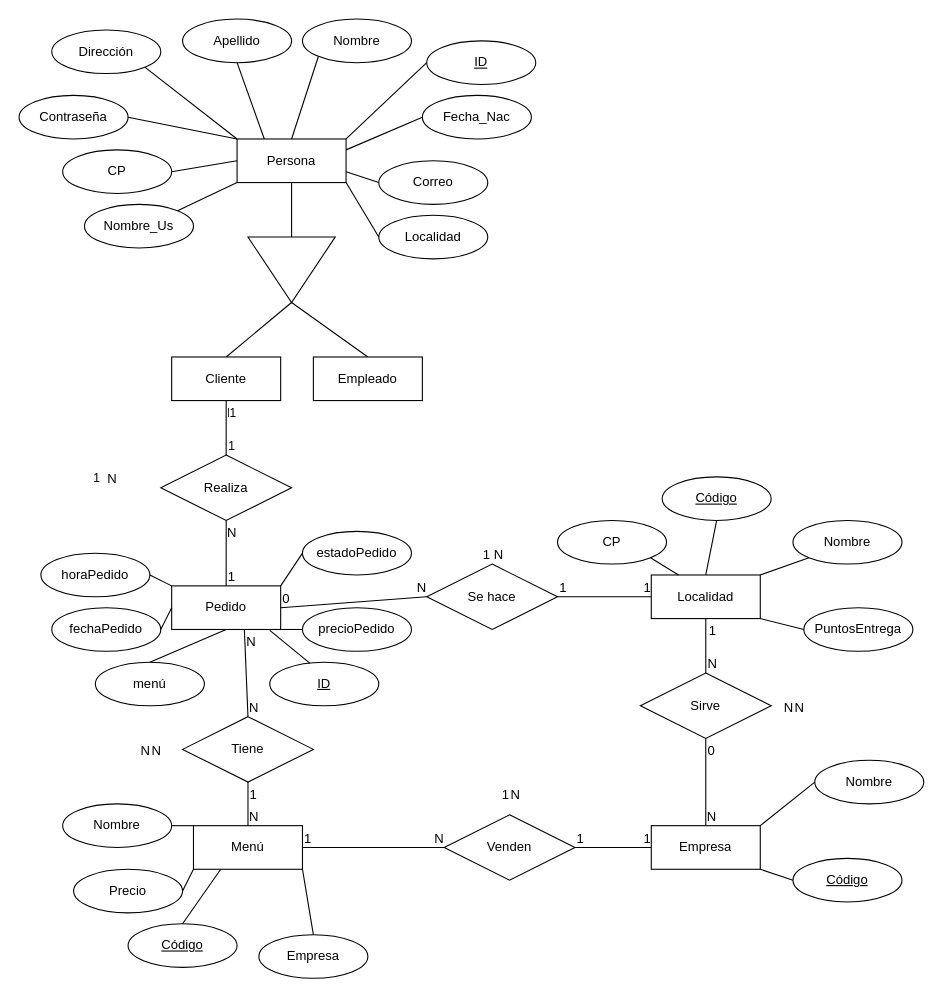
The draw.io diagram BasesDeDatos/ProyectoIntegrado.drawio in eeriic20/ProyectoIntegrado, before the edit. Source tidied: cells renumbered, new cells numbered last; positions are measured from the earlier drawing's top-left corner, leaving out a move shared by most shapes. Both pictures are drawn from the tidied source at 109%, with x=0, y=0 at pixel (19, 19).
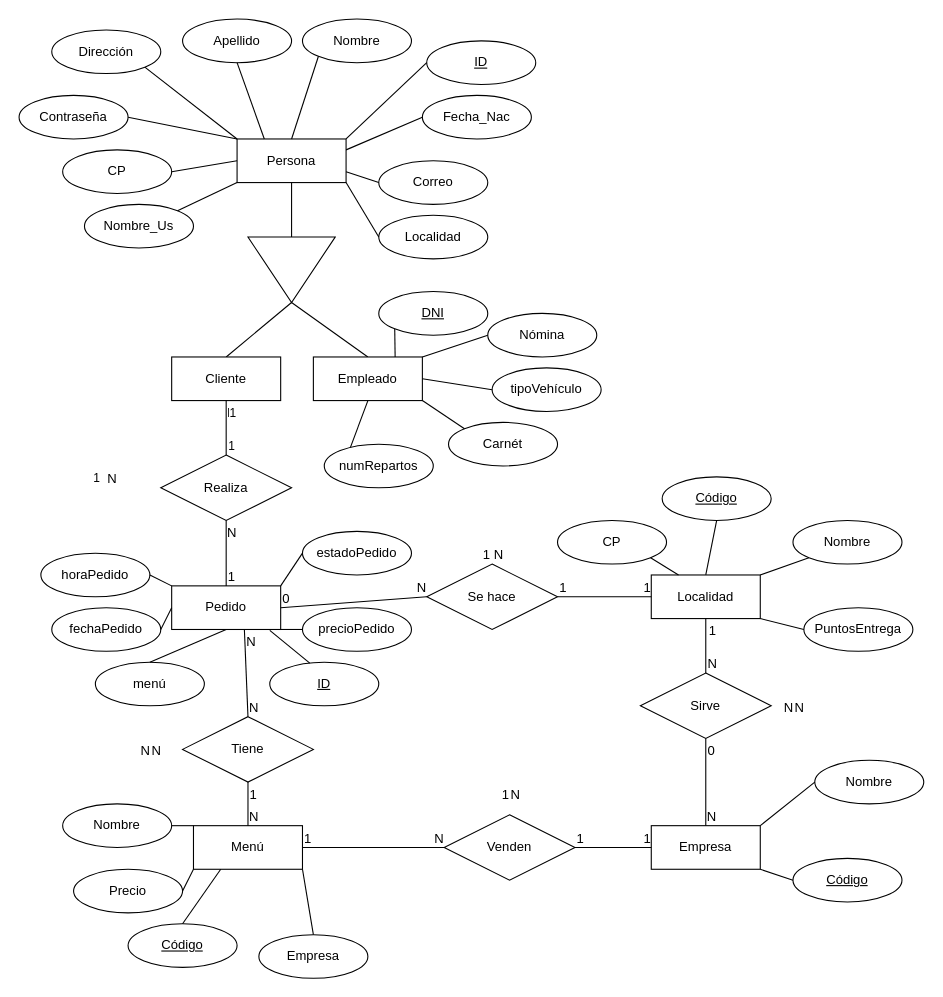
After the change.

Commit message (it also covers changes not shown here):
nueva entidad relacaion

Unchanged cells that the change refers to:
```xml
<mxCell id="8" value="Empleado" style="whiteSpace=wrap;html=1;align=center;" parent="1" vertex="1">
  <mxGeometry x="270" y="310" width="100" height="40" as="geometry" />
</mxCell>
```

Change to the diagram source:
```diff
@@
+    <mxCell id="111" value="Nómina" style="ellipse;whiteSpace=wrap;html=1;align=center;" parent="1" vertex="1">
+      <mxGeometry x="430" y="270" width="100" height="40" as="geometry" />
+    </mxCell>
+    <mxCell id="112" value="Carnét" style="ellipse;whiteSpace=wrap;html=1;align=center;" parent="1" vertex="1">
+      <mxGeometry x="394" y="370" width="100" height="40" as="geometry" />
+    </mxCell>
+    <mxCell id="113" value="tipoVehículo" style="ellipse;whiteSpace=wrap;html=1;align=center;" parent="1" vertex="1">
+      <mxGeometry x="434" y="320" width="100" height="40" as="geometry" />
+    </mxCell>
+    <mxCell id="114" value="numRepartos" style="ellipse;whiteSpace=wrap;html=1;align=center;" parent="1" vertex="1">
+      <mxGeometry x="280" y="390" width="100" height="40" as="geometry" />
+    </mxCell>
+    <mxCell id="115" value="DNI" style="ellipse;whiteSpace=wrap;html=1;align=center;fontStyle=4;" parent="1" vertex="1">
+      <mxGeometry x="330" y="250" width="100" height="40" as="geometry" />
+    </mxCell>
+    <mxCell id="116" style="endArrow=none;html=1;rounded=0;exitX=0.5;exitY=1;exitDx=0;exitDy=0;entryX=0.24;entryY=0.074;entryDx=0;entryDy=0;entryPerimeter=0;" parent="1" edge="1" source="8" target="114">
+      <mxGeometry relative="1" as="geometry" />
+    </mxCell>
+    <mxCell id="117" style="endArrow=none;html=1;rounded=0;exitX=1;exitY=1;exitDx=0;exitDy=0;entryX=0;entryY=0;entryDx=0;entryDy=0;" parent="1" edge="1" source="8" target="112">
+      <mxGeometry relative="1" as="geometry" />
+    </mxCell>
+    <mxCell id="118" style="endArrow=none;html=1;rounded=0;exitX=1;exitY=0.5;exitDx=0;exitDy=0;entryX=0;entryY=0.5;entryDx=0;entryDy=0;" parent="1" edge="1" source="8" target="113">
+      <mxGeometry relative="1" as="geometry" />
+    </mxCell>
+    <mxCell id="119" style="endArrow=none;html=1;rounded=0;exitX=1;exitY=0;exitDx=0;exitDy=0;entryX=0;entryY=0.5;entryDx=0;entryDy=0;" parent="1" edge="1" source="8" target="111">
+      <mxGeometry relative="1" as="geometry" />
+    </mxCell>
+    <mxCell id="120" style="endArrow=none;html=1;rounded=0;exitX=0.75;exitY=0;exitDx=0;exitDy=0;entryX=0;entryY=1;entryDx=0;entryDy=0;" parent="1" edge="1" source="8" target="115">
+      <mxGeometry relative="1" as="geometry" />
+    </mxCell>
```
